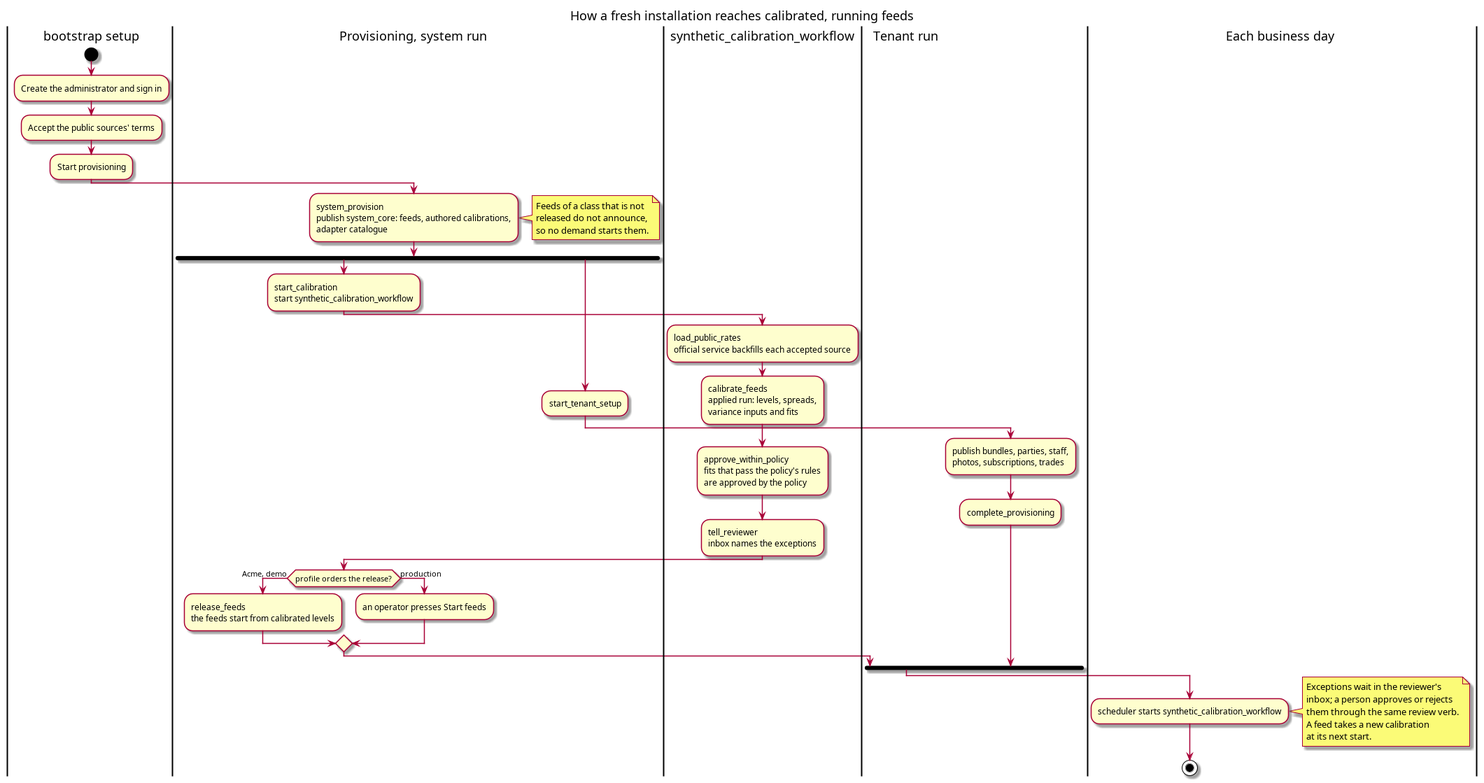
Before: doc/agile/versions/v0/sprint_29/support_volatility_surfaces/synthetic_calibration_workflow.png, a diagram exported from PlantUML (OreStudio/OreStudio). Its source is kept beside it as doc/agile/versions/v0/sprint_29/support_volatility_surfaces/synthetic_calibration_workflow.puml. Source of this version:
```plantuml
@startuml
title How a fresh installation reaches calibrated, running feeds

|bootstrap setup|
start
:Create the administrator and sign in;
:Accept the public sources' terms;
:Start provisioning;

|Provisioning, system run|
:system_provision\npublish system_core: feeds, authored calibrations,\nadapter catalogue;
note right
  Feeds of a class that is not
  released do not announce,
  so no demand starts them.
end note
fork
  :start_calibration\nstart synthetic_calibration_workflow;
  |synthetic_calibration_workflow|
  :load_public_rates\nofficial service backfills each accepted source;
  :calibrate_feeds\napplied run: levels, spreads,\nvariance inputs and fits;
  :approve_within_policy\nfits that pass the policy's rules\nare approved by the policy;
  :tell_reviewer\ninbox names the exceptions;
  |Provisioning, system run|
  if (profile orders the release?) then (Acme, demo)
    :release_feeds\nthe feeds start from calibrated levels;
  else (production)
    :an operator presses Start feeds;
  endif
fork again
  :start_tenant_setup;
  |Tenant run|
  :publish bundles, parties, staff,\nphotos, subscriptions, trades;
  :complete_provisioning;
end fork

|Each business day|
:scheduler starts synthetic_calibration_workflow;
note right
  Exceptions wait in the reviewer's
  inbox; a person approves or rejects
  them through the same review verb.
  A feed takes a new calibration
  at its next start.
end note
stop
@enduml
```
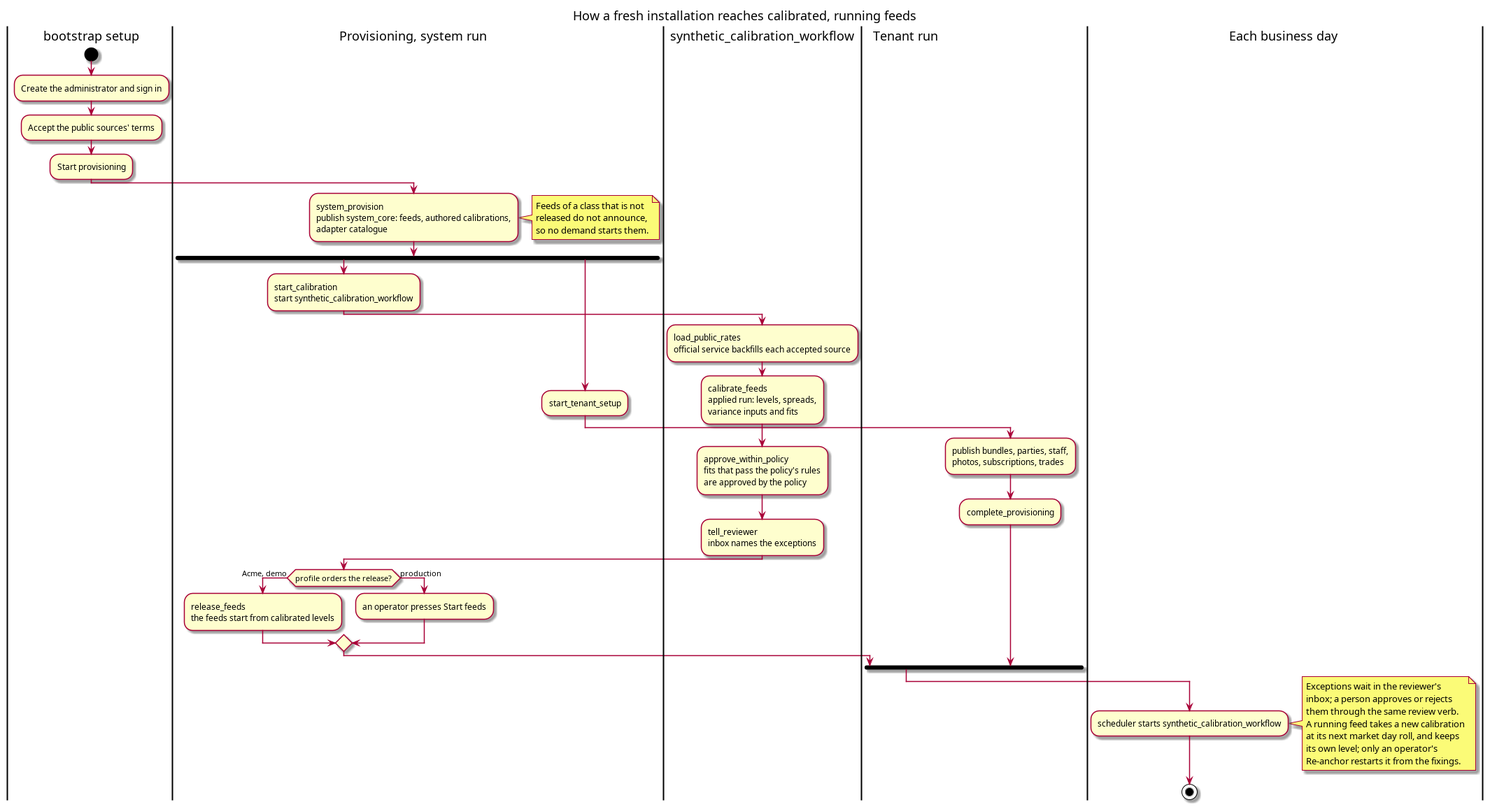
The same file after the commit.

Commit message:
[agile] Design the calibration of running feeds

The edit, as a diff of the source:
```diff
@@ -40,8 +40,10 @@
   Exceptions wait in the reviewer's
   inbox; a person approves or rejects
   them through the same review verb.
-  A feed takes a new calibration
-  at its next start.
+  A running feed takes a new calibration
+  at its next market day roll, and keeps
+  its own level; only an operator's
+  Re-anchor restarts it from the fixings.
 end note
 stop
 @enduml
```
